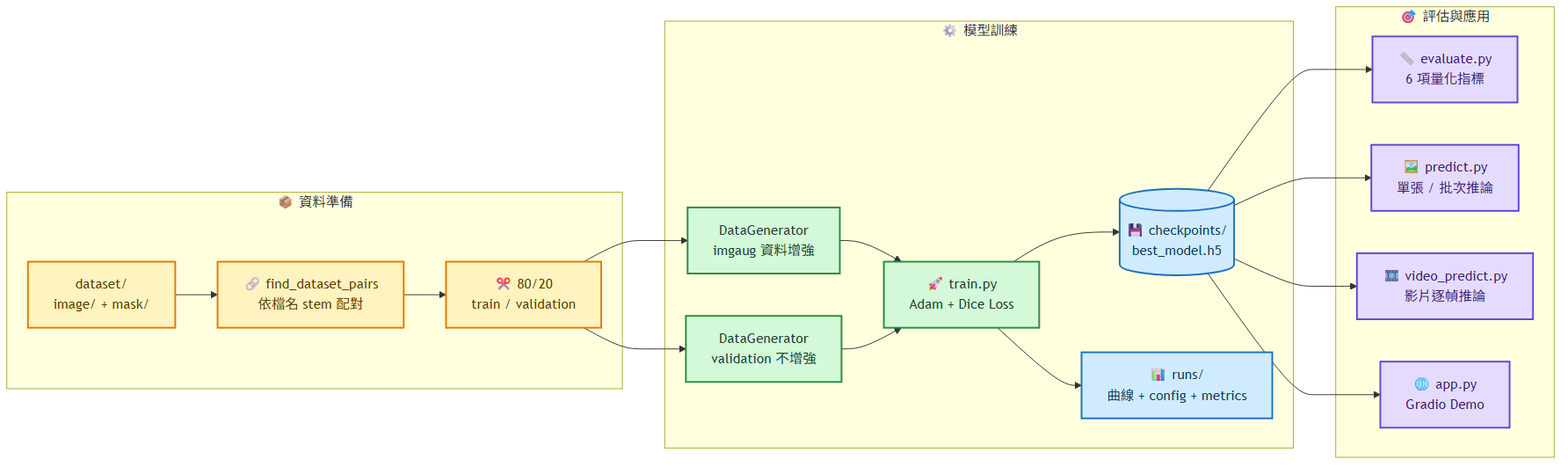
Above: docs/diagrams/readme_01_flowchart_project_workflow.png in kuotunyu/crack-seg (Mermaid), before the change. Its source is kept beside it as docs/diagrams/readme_01_flowchart_project_workflow.mmd. Source of this version:
```mermaid
flowchart LR
    subgraph Data["📦 資料準備"]
        Dataset["dataset/<br/>image/ + mask/"] --> Pair["🔗 find_dataset_pairs<br/>依檔名 stem 配對"]
        Pair --> Split["✂️ 80/20<br/>train / validation"]
    end

    subgraph Training["⚙️ 模型訓練"]
        Split --> TrainGen["DataGenerator<br/>imgaug 資料增強"]
        Split --> ValGen["DataGenerator<br/>validation 不增強"]
        TrainGen --> Fit["🚀 train.py<br/>Adam + Dice Loss"]
        ValGen --> Fit
        Fit --> Checkpoint[("💾 checkpoints/<br/>best_model.h5")]
        Fit --> Runs["📊 runs/<br/>曲線 + config + metrics"]
    end

    subgraph Application["🎯 評估與應用"]
        Checkpoint --> Evaluate["📏 evaluate.py<br/>6 項量化指標"]
        Checkpoint --> Predict["🖼️ predict.py<br/>單張 / 批次推論"]
        Checkpoint --> Video["🎞️ video_predict.py<br/>影片逐幀推論"]
        Checkpoint --> Demo["🌐 app.py<br/>Gradio Demo"]
    end

    classDef data fill:#FFF3BF,stroke:#E67700,stroke-width:2px,color:#5F3C00
    classDef process fill:#D3F9D8,stroke:#2B8A3E,stroke-width:2px,color:#1B4332
    classDef artifact fill:#D0EBFF,stroke:#1971C2,stroke-width:2px,color:#0B3D66
    classDef output fill:#E5DBFF,stroke:#6741D9,stroke-width:2px,color:#3B217A

    class Dataset,Pair,Split data
    class TrainGen,ValGen,Fit process
    class Checkpoint,Runs artifact
    class Evaluate,Predict,Video,Demo output
```
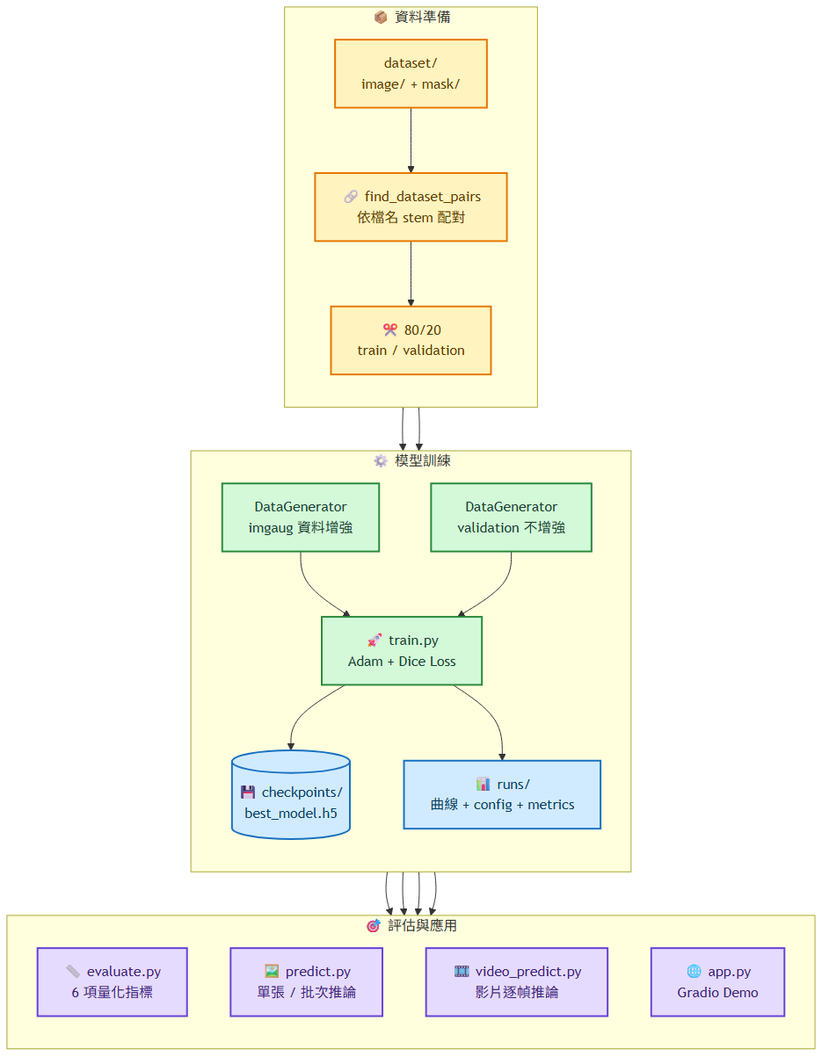
The same diagram one commit later.

Commit message:
調整系統架構圖的版面與位置

Change to the diagram source:
```diff
@@ -1,10 +1,12 @@
-flowchart LR
+flowchart TD
     subgraph Data["📦 資料準備"]
+        direction TB
         Dataset["dataset/<br/>image/ + mask/"] --> Pair["🔗 find_dataset_pairs<br/>依檔名 stem 配對"]
         Pair --> Split["✂️ 80/20<br/>train / validation"]
     end
 
     subgraph Training["⚙️ 模型訓練"]
+        direction TB
         Split --> TrainGen["DataGenerator<br/>imgaug 資料增強"]
         Split --> ValGen["DataGenerator<br/>validation 不增強"]
         TrainGen --> Fit["🚀 train.py<br/>Adam + Dice Loss"]
@@ -14,6 +16,7 @@
     end
 
     subgraph Application["🎯 評估與應用"]
+        direction TB
         Checkpoint --> Evaluate["📏 evaluate.py<br/>6 項量化指標"]
         Checkpoint --> Predict["🖼️ predict.py<br/>單張 / 批次推論"]
         Checkpoint --> Video["🎞️ video_predict.py<br/>影片逐幀推論"]
```
